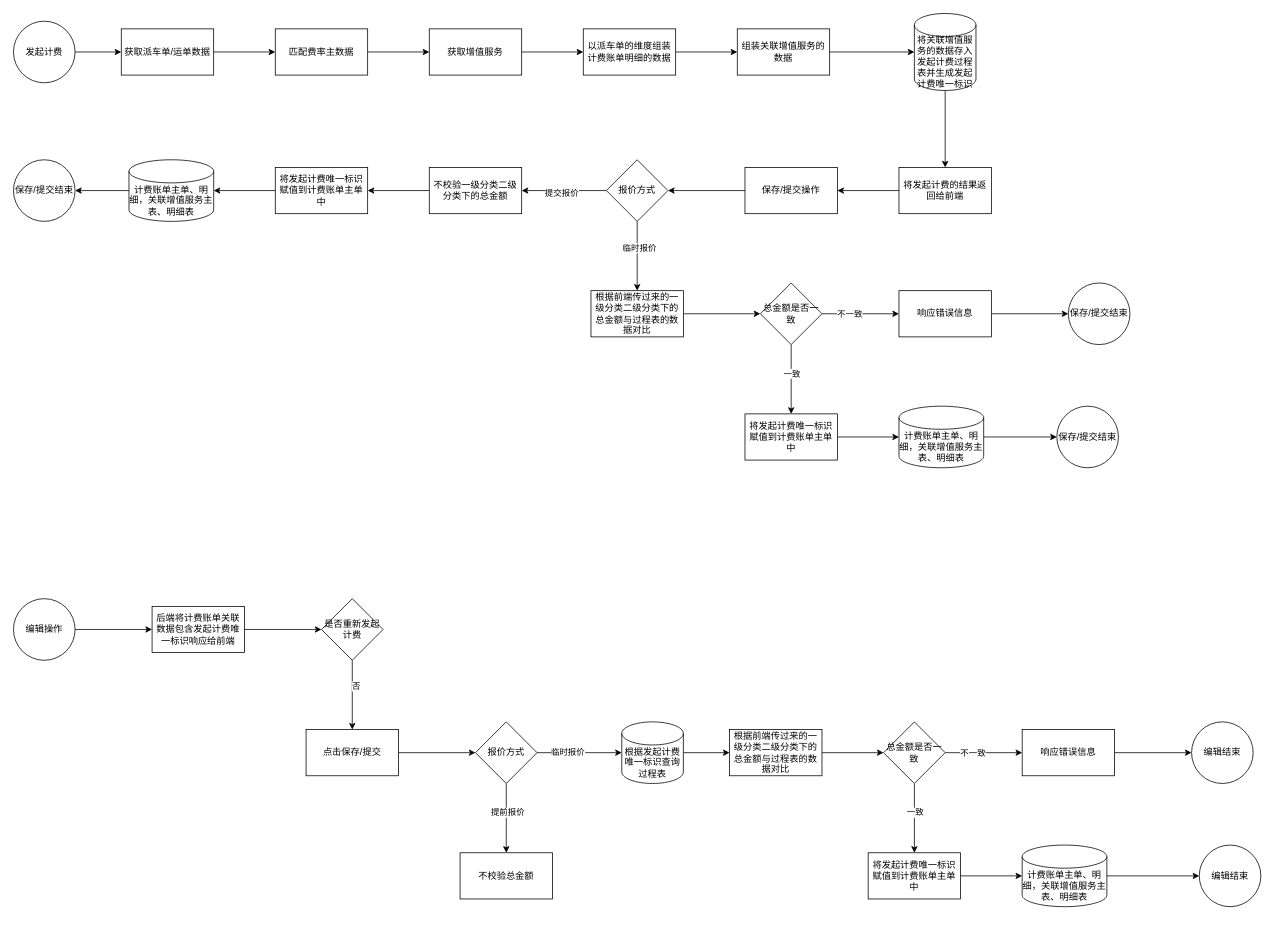
xiaohuihui7726/drawio keeps this draw.io diagram as page "第 3 页" (3 of 3) of 计费账单ER图.drawio. Above is the earlier version. Source tidied: cells renumbered, new cells numbered last; positions are measured from the earlier drawing's top-left corner, leaving out a move shared by most shapes. Both pictures are drawn from the tidied source at 77%, with x=0, y=0 at pixel (13, 13).
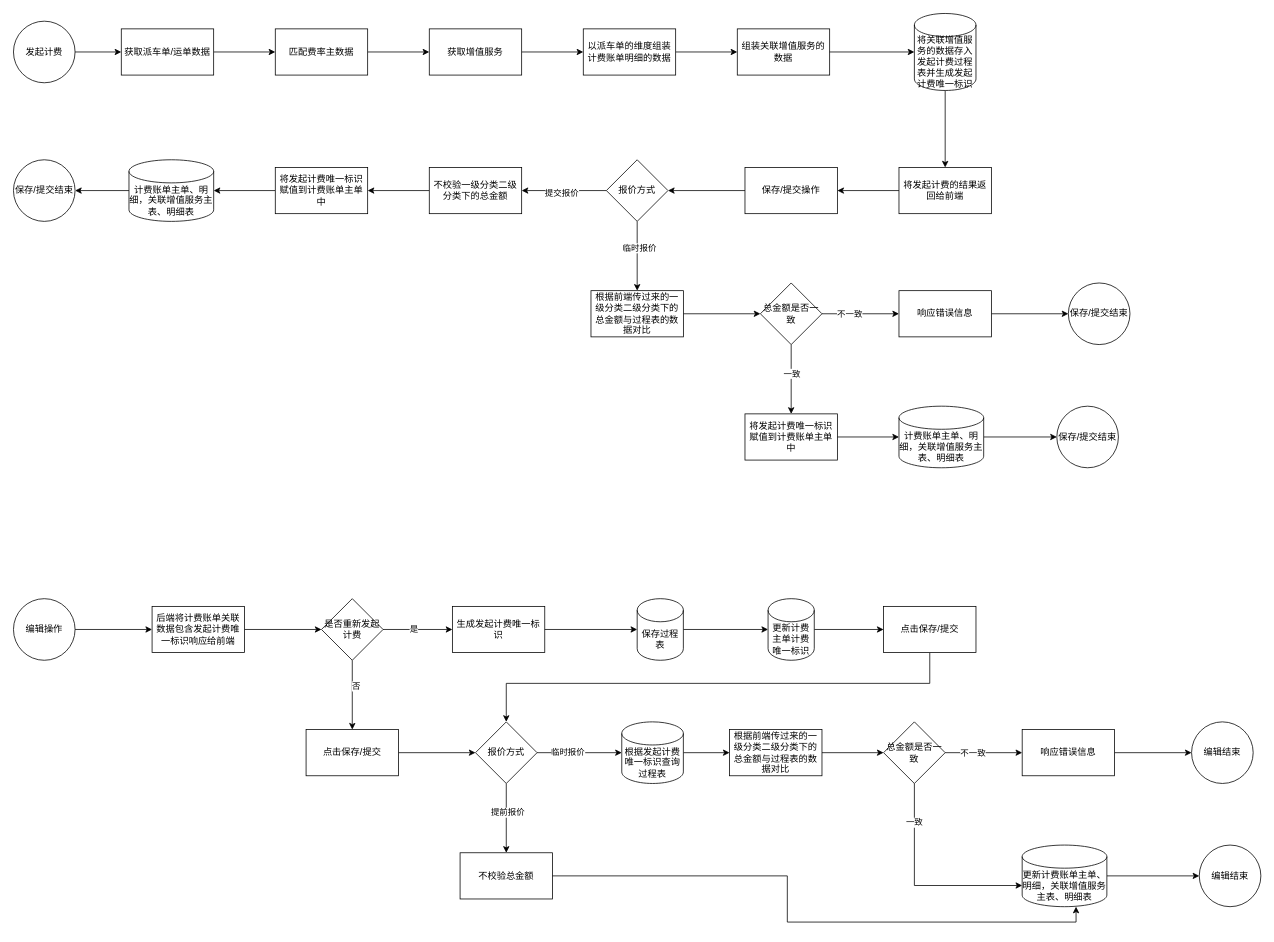
Above is the later version.

Unchanged cells that the change refers to:
```xml
<mxCell id="53" value="是否重新发起计费" style="rhombus;whiteSpace=wrap;html=1;" parent="1" vertex="1">
  <mxGeometry x="400" y="760" width="80" height="80" as="geometry" />
</mxCell>
<mxCell id="60" value="报价方式" style="rhombus;whiteSpace=wrap;html=1;" parent="1" vertex="1">
  <mxGeometry x="600" y="920" width="80" height="80" as="geometry" />
</mxCell>
<mxCell id="61" value="不校验总金额" style="whiteSpace=wrap;html=1;" parent="1" vertex="1">
  <mxGeometry x="580" y="1090" width="120" height="60" as="geometry" />
</mxCell>
<mxCell id="70" value="总金额是否一致" style="rhombus;whiteSpace=wrap;html=1;" parent="1" vertex="1">
  <mxGeometry x="1130" y="920" width="80" height="80" as="geometry" />
</mxCell>
```

What changed in the source:
```diff
@@
+    <mxCell id="79" style="edgeStyle=orthogonalEdgeStyle;rounded=0;jettySize=auto;html=1;" parent="1" edge="1" source="53" target="82">
+      <mxGeometry relative="1" as="geometry" />
+    </mxCell>
+    <mxCell id="80" value="是" style="edgeLabel;html=1;align=center;verticalAlign=middle;" parent="79" vertex="1">
+      <mxGeometry x="-0.13" y="1" relative="1" as="geometry" />
+    </mxCell>
@@
-    <mxCell id="68" style="edgeStyle=orthogonalEdgeStyle;rounded=0;jettySize=auto;html=1;" parent="1" edge="1" source="70" target="74">
-      <mxGeometry relative="1" as="geometry" />
-    </mxCell>
-    <mxCell id="69" value="一致" style="edgeLabel;html=1;align=center;verticalAlign=middle;" parent="68" vertex="1">
-      <mxGeometry x="-0.18" relative="1" as="geometry" />
-    </mxCell>
@@
-    <mxCell id="74" value="将发起计费唯一标识赋值到计费账单主单中" style="whiteSpace=wrap;html=1;" parent="1" vertex="1">
-      <mxGeometry x="1110" y="1090" width="120" height="60" as="geometry" />
-    </mxCell>
@@
-    <mxCell id="76" value="计费账单主单、明细，关联增值服务主表、明细表" style="shape=cylinder3;whiteSpace=wrap;html=1;boundedLbl=1;backgroundOutline=1;size=15;" parent="1" vertex="1">
+    <mxCell id="76" value="更新计费账单主单、明细，关联增值服务主表、明细表" style="shape=cylinder3;whiteSpace=wrap;html=1;boundedLbl=1;backgroundOutline=1;size=15;" parent="1" vertex="1">
       <mxGeometry x="1310" y="1080" width="110" height="80" as="geometry" />
     </mxCell>
-    <mxCell id="77" style="edgeStyle=orthogonalEdgeStyle;rounded=0;jettySize=auto;html=1;entryX=0;entryY=0.5;entryDx=0;entryDy=0;entryPerimeter=0;" parent="1" edge="1" source="74" target="76">
-      <mxGeometry relative="1" as="geometry" />
-    </mxCell>
@@
+    <mxCell id="81" style="edgeStyle=orthogonalEdgeStyle;rounded=0;jettySize=auto;html=1;entryX=0;entryY=0;entryDx=0;entryDy=52.5;entryPerimeter=0;exitX=0.5;exitY=1;exitDx=0;exitDy=0;" parent="1" edge="1" source="70" target="76">
+      <mxGeometry relative="1" as="geometry" />
+    </mxCell>
+    <mxCell id="69" value="一致" style="edgeLabel;html=1;align=center;verticalAlign=middle;" parent="81" vertex="1">
+      <mxGeometry x="-0.63" y="-1" relative="1" as="geometry" />
+    </mxCell>
+    <mxCell id="82" value="生成发起计费唯一标识" style="whiteSpace=wrap;html=1;" parent="1" vertex="1">
+      <mxGeometry x="570" y="770" width="120" height="60" as="geometry" />
+    </mxCell>
+    <mxCell id="83" style="edgeStyle=orthogonalEdgeStyle;rounded=0;jettySize=auto;html=1;entryX=0.636;entryY=1;entryDx=0;entryDy=0;entryPerimeter=0;" parent="1" edge="1" source="61" target="76">
+      <mxGeometry relative="1" as="geometry" />
+    </mxCell>
+    <mxCell id="84" style="edgeStyle=orthogonalEdgeStyle;rounded=0;jettySize=auto;html=1;" parent="1" edge="1" source="85" target="88">
+      <mxGeometry relative="1" as="geometry" />
+    </mxCell>
+    <mxCell id="85" value="保存过程表" style="shape=cylinder3;whiteSpace=wrap;html=1;boundedLbl=1;backgroundOutline=1;size=15;" parent="1" vertex="1">
+      <mxGeometry x="810" y="760" width="60" height="80" as="geometry" />
+    </mxCell>
+    <mxCell id="86" style="edgeStyle=orthogonalEdgeStyle;rounded=0;jettySize=auto;html=1;entryX=0;entryY=0.5;entryDx=0;entryDy=0;entryPerimeter=0;" parent="1" edge="1" source="82" target="85">
+      <mxGeometry relative="1" as="geometry" />
+    </mxCell>
+    <mxCell id="87" style="edgeStyle=orthogonalEdgeStyle;rounded=0;jettySize=auto;html=1;" parent="1" edge="1" source="88" target="90">
+      <mxGeometry relative="1" as="geometry" />
+    </mxCell>
+    <mxCell id="88" value="更新计费主单计费唯一标识" style="shape=cylinder3;whiteSpace=wrap;html=1;boundedLbl=1;backgroundOutline=1;size=15;" parent="1" vertex="1">
+      <mxGeometry x="980" y="760" width="60" height="80" as="geometry" />
+    </mxCell>
+    <mxCell id="89" style="edgeStyle=orthogonalEdgeStyle;rounded=0;jettySize=auto;html=1;" parent="1" edge="1" source="90" target="60">
+      <mxGeometry relative="1" as="geometry">
+        <Array as="points">
+          <mxPoint x="1190" y="870" />
+          <mxPoint x="640" y="870" />
+        </Array>
+      </mxGeometry>
+    </mxCell>
+    <mxCell id="90" value="点击保存/提交" style="whiteSpace=wrap;html=1;" parent="1" vertex="1">
+      <mxGeometry x="1130" y="770" width="120" height="60" as="geometry" />
+    </mxCell>
```
